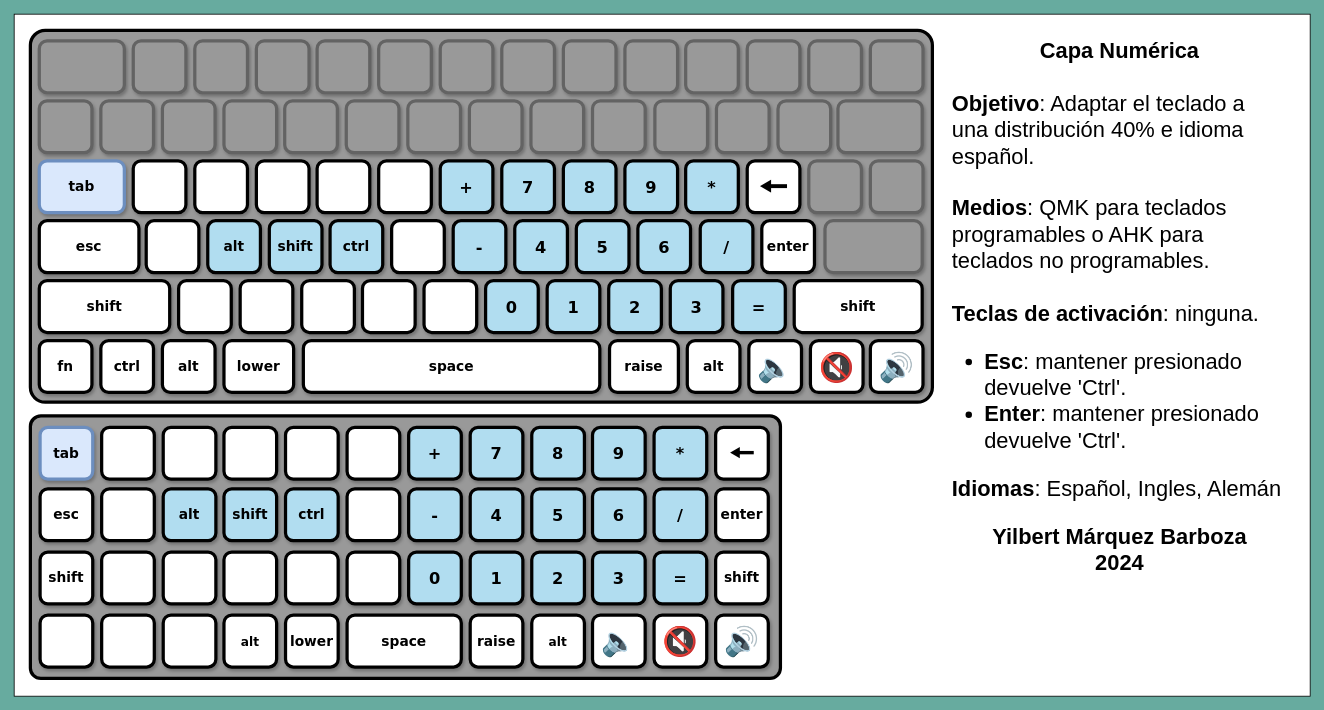
Gisalberht/AutoHotkeyV2---Scripts keeps this draw.io diagram as page "Capa Numérica" (4 of 14) of Teclado 40% - Diagramas/Teclado personalizado.drawio. Above is the earlier version. Source tidied: cells renumbered, new cells numbered last; positions are measured from the earlier drawing's top-left corner, leaving out a move shared by most shapes. Both pictures are drawn from the tidied source at 81%, with x=0, y=0 at pixel (14, 14).
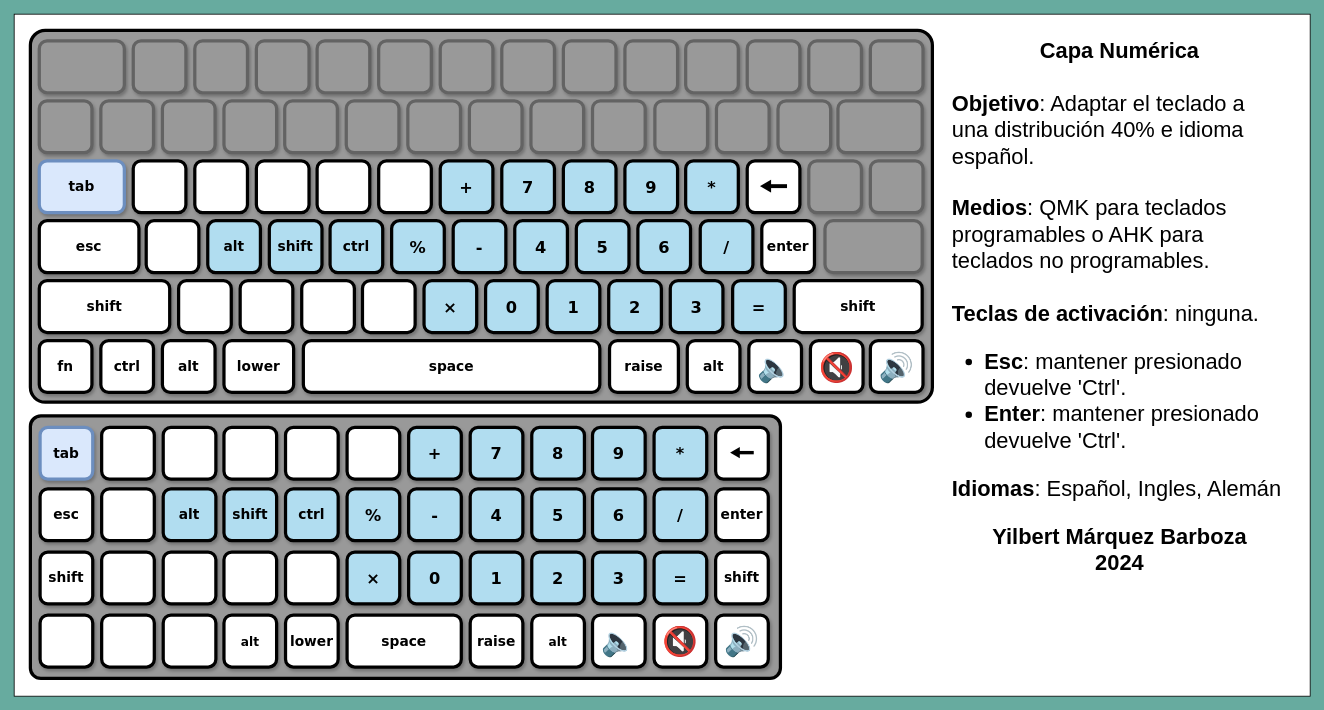
Above is the later version.

Diff of the diagram source:
```diff
@@
-    <mxCell id="53" style="rounded=1;whiteSpace=wrap;html=1;strokeWidth=4;shadow=1;align=center;verticalAlign=middle;fontFamily=Verdana;fontSize=20;fontStyle=1;" parent="6" vertex="1">
+    <mxCell id="53" value="%" style="rounded=1;whiteSpace=wrap;html=1;strokeWidth=4;shadow=1;align=center;verticalAlign=middle;fontFamily=Verdana;fontSize=20;fontStyle=1;strokeColor=#000000;fontColor=default;fillColor=#b1ddf0;" parent="6" vertex="1">
       <mxGeometry x="466" y="255" width="65" height="64" as="geometry" />
     </mxCell>
@@
-    <mxCell id="66" style="rounded=1;whiteSpace=wrap;html=1;strokeWidth=4;shadow=1;align=center;verticalAlign=middle;fontFamily=Verdana;fontSize=20;fontStyle=1;strokeColor=#000000;" parent="6" vertex="1">
+    <mxCell id="66" value="×" style="rounded=1;whiteSpace=wrap;html=1;strokeWidth=4;shadow=1;align=center;verticalAlign=middle;fontFamily=Verdana;fontSize=20;fontStyle=1;strokeColor=#000000;fontColor=default;fillColor=#b1ddf0;" parent="6" vertex="1">
       <mxGeometry x="506" y="329" width="65" height="64" as="geometry" />
     </mxCell>
@@
-    <mxCell id="101" style="rounded=1;whiteSpace=wrap;html=1;strokeWidth=4;shadow=1;align=center;verticalAlign=middle;fontFamily=Verdana;fontSize=20;fontStyle=1;" parent="6" vertex="1">
+    <mxCell id="101" value="%" style="rounded=1;whiteSpace=wrap;html=1;strokeWidth=4;shadow=1;align=center;verticalAlign=middle;fontFamily=Verdana;fontSize=20;fontStyle=1;strokeColor=#000000;fontColor=default;fillColor=#b1ddf0;" parent="6" vertex="1">
       <mxGeometry x="411" y="586" width="65" height="64" as="geometry" />
     </mxCell>
@@
-    <mxCell id="113" style="rounded=1;whiteSpace=wrap;html=1;fillColor=default;strokeWidth=4;shadow=1;strokeColor=default;align=center;verticalAlign=middle;fontFamily=Verdana;fontSize=20;fontColor=default;fontStyle=1;" parent="6" vertex="1">
+    <mxCell id="113" value="×" style="rounded=1;whiteSpace=wrap;html=1;fillColor=#b1ddf0;strokeWidth=4;shadow=1;strokeColor=#000000;align=center;verticalAlign=middle;fontFamily=Verdana;fontSize=20;fontColor=default;fontStyle=1;" parent="6" vertex="1">
       <mxGeometry x="411" y="664" width="65" height="64" as="geometry" />
     </mxCell>
```
